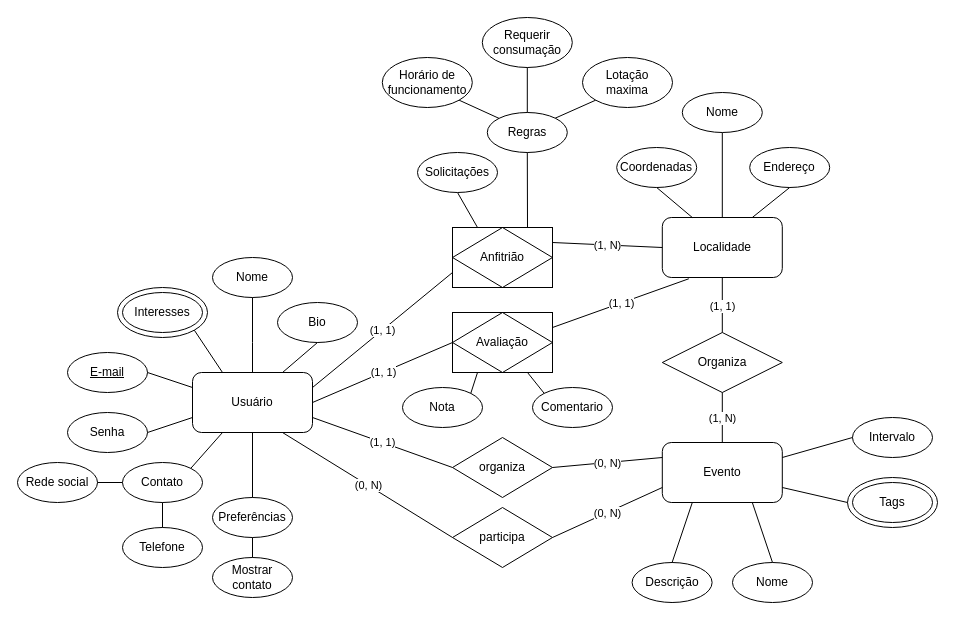
Before: docs/05/Modelo_ER.drawio in ICEI-PUC-Minas-PMV-ADS/pmv-ads-2023-1-e2-proj-int-t8-e2-grp1-langsocials, a draw.io diagram. Source tidied: cells renumbered, new cells numbered last; positions are measured from the earlier drawing's top-left corner, leaving out a move shared by most shapes. Both pictures are drawn from the tidied source at 100%, with x=0, y=0 at pixel (17, 17).
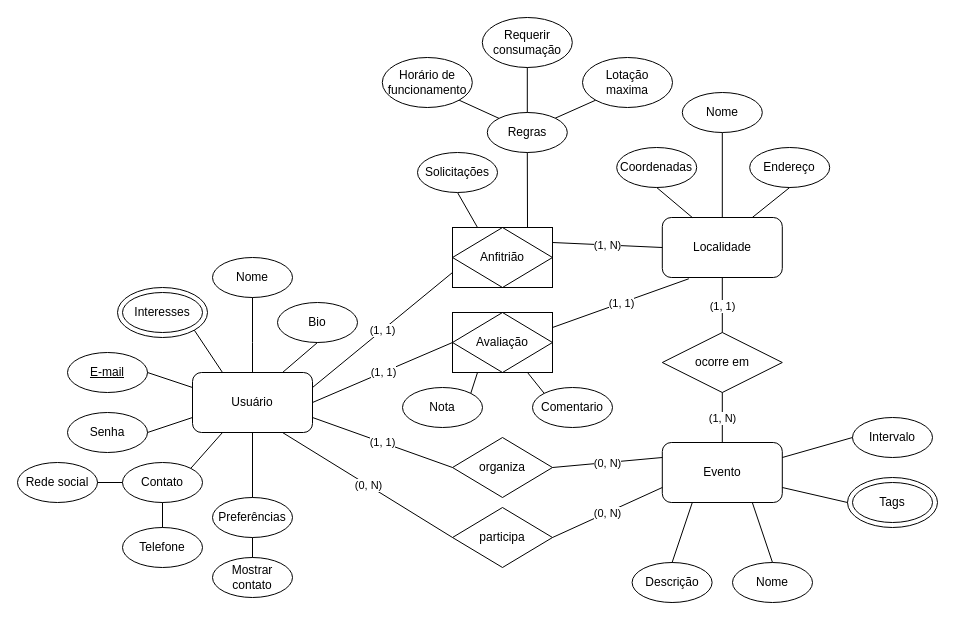
The same page after the edit.

Commit message (it also covers changes not shown here):
doc: Atualiza Modelo ER e adiciona diagrama de classes

Change to the diagram source:
```diff
@@
-    <mxCell id="45" value="Organiza" style="shape=rhombus;perimeter=rhombusPerimeter;whiteSpace=wrap;html=1;align=center;" parent="1" vertex="1">
+    <mxCell id="45" value="ocorre em" style="shape=rhombus;perimeter=rhombusPerimeter;whiteSpace=wrap;html=1;align=center;" parent="1" vertex="1">
       <mxGeometry x="644.8" y="315" width="120" height="60" as="geometry" />
     </mxCell>
```
